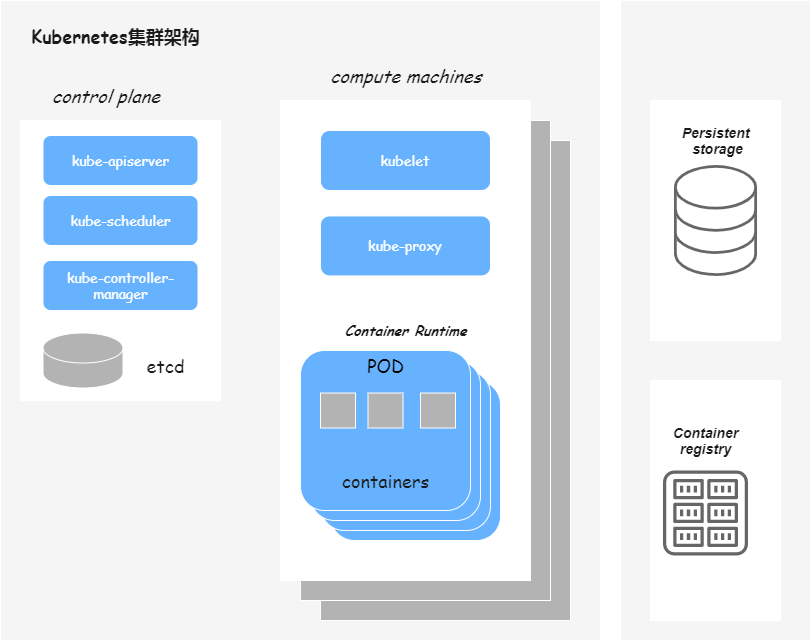
GZ315200/gz315200.github.io keeps this draw.io diagram as img/k8sarch.png. Above is the earlier version. Source tidied: cells renumbered, new cells last; positions are measured from the earlier drawing's top-left corner, leaving out a move shared by most shapes.
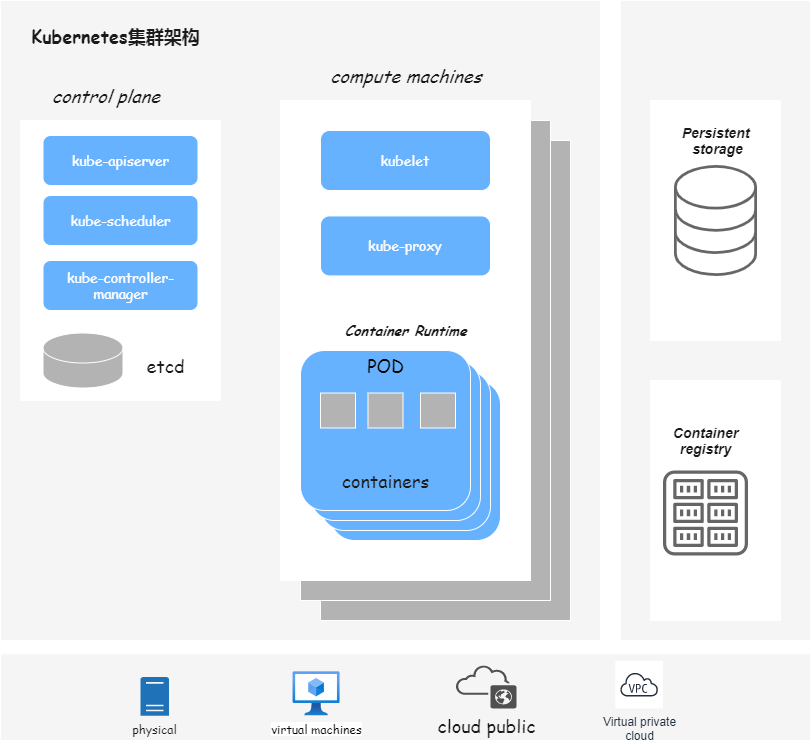
Later version of the same file.

Change to the diagram source:
```diff
@@ -98,5 +98,20 @@
     <mxCell id="33" value="control plane" style="text;html=1;align=center;verticalAlign=middle;fontSize=18;fontFamily=Comic Sans MS;fontColor=#1A1A1A;fontStyle=2;" parent="1" vertex="1">
       <mxGeometry x="45" y="80" width="120" height="30" as="geometry" />
     </mxCell>
+    <mxCell id="34" style="rounded=0;whiteSpace=wrap;html=1;sketch=0;strokeWidth=1;fontSize=14;align=center;fillColor=#f5f5f5;fontColor=#333333;strokeColor=#FFFFFF;" parent="1" vertex="1">
+      <mxGeometry y="653.2" width="810" height="86.8" as="geometry" />
+    </mxCell>
+    <mxCell id="35" value="virtual machines" style="html=1;align=center;image;fontSize=12;image=img/lib/azure2/compute/Virtual_Machines_Classic.svg;sketch=0;strokeColor=#FFFFFF;strokeWidth=1;fillColor=#B3B3B3;fontFamily=Comic Sans MS;" parent="1" vertex="1">
+      <mxGeometry x="292.6" y="671.2" width="47.4" height="44" as="geometry" />
+    </mxCell>
+    <mxCell id="36" value="cloud public" style="shadow=0;dashed=0;html=1;strokeColor=none;fillColor=#505050;labelPosition=center;verticalLabelPosition=bottom;verticalAlign=top;align=center;shape=mxgraph.office.clouds.public_cloud;sketch=0;fontFamily=Comic Sans MS;fontSize=18;fontColor=#1A1A1A;" parent="1" vertex="1">
+      <mxGeometry x="455" y="664.5" width="61" height="43.4" as="geometry" />
+    </mxCell>
+    <mxCell id="37" value="Virtual private&#10;cloud" style="fontColor=#232F3E;gradientColor=none;strokeColor=#232F3E;fillColor=#ffffff;dashed=0;verticalLabelPosition=bottom;verticalAlign=top;align=center;html=1;fontSize=12;fontStyle=0;shape=mxgraph.aws4.resourceIcon;resIcon=mxgraph.aws4.virtual_private_cloud;sketch=0;" parent="1" vertex="1">
+      <mxGeometry x="614.9" y="660.3" width="47.6" height="47.6" as="geometry" />
+    </mxCell>
+    <mxCell id="38" value="physical" style="shadow=0;dashed=0;html=1;strokeColor=none;labelPosition=center;verticalLabelPosition=bottom;verticalAlign=top;align=center;shape=mxgraph.office.servers.physical_host;fillColor=#2072B8;sketch=0;fontFamily=Comic Sans MS;fontSize=12;fontColor=#1A1A1A;" parent="1" vertex="1">
+      <mxGeometry x="140" y="676.5" width="28.5" height="38.8" as="geometry" />
+    </mxCell>
   </root>
 </mxGraphModel>
```
